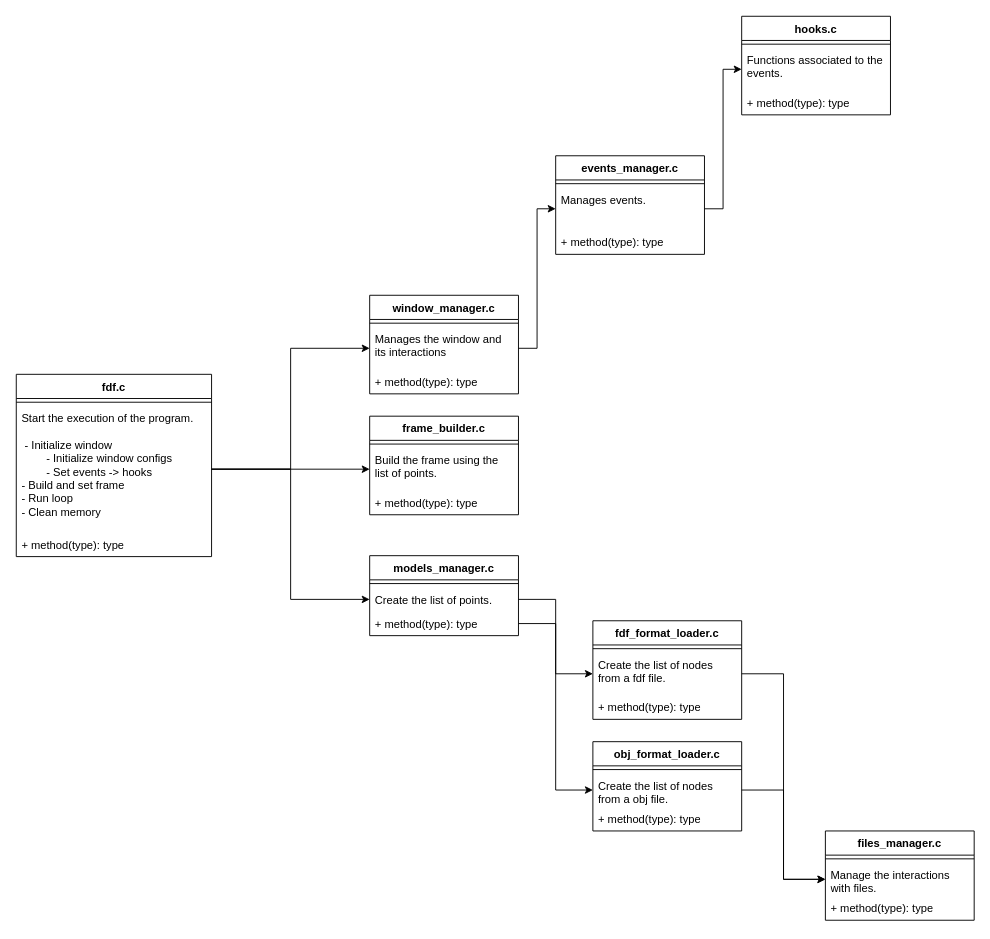
The draw.io diagram page "classes" (3 of 4) of Untitled Diagram.drawio in nythocampos/42_code, before the edit. Source tidied: cells renumbered, new cells numbered last; positions are measured from the earlier drawing's top-left corner, leaving out a move shared by most shapes. Both pictures are drawn from the tidied source at 93%, with x=0, y=0 at pixel (16, 16).
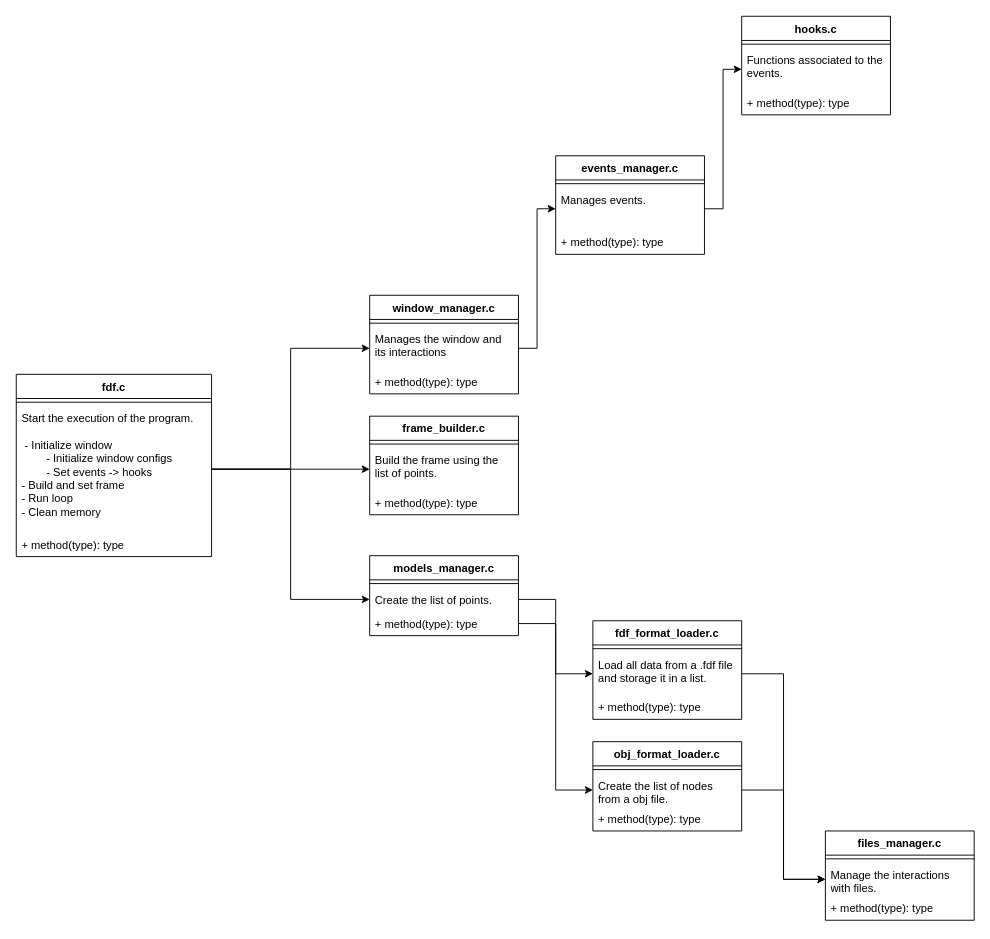
The same diagram, later.

Unchanged cells that the change refers to:
```xml
<mxCell id="14" value="fdf_format_loader.c" style="swimlane;fontStyle=1;align=center;verticalAlign=top;horizontal=1;startSize=26;whiteSpace=wrap;html=1;" parent="1" vertex="1">
  <mxGeometry x="620" y="650" width="160" height="106" as="geometry" />
</mxCell>
```

What changed in the source:
```diff
@@
-    <mxCell id="16" value="Create the list of nodes from a fdf file." style="text;strokeColor=none;fillColor=none;align=left;verticalAlign=top;spacingLeft=4;spacingRight=4;overflow=hidden;points=[[0,0.5],[1,0.5]];portConstraint=eastwest;whiteSpace=wrap;html=1;" parent="14" vertex="1">
+    <mxCell id="16" value="Load all data from a .fdf file and storage it in a list." style="text;strokeColor=none;fillColor=none;align=left;verticalAlign=top;spacingLeft=4;spacingRight=4;overflow=hidden;points=[[0,0.5],[1,0.5]];portConstraint=eastwest;whiteSpace=wrap;html=1;" parent="14" vertex="1">
       <mxGeometry y="34" width="160" height="46" as="geometry" />
     </mxCell>
```
